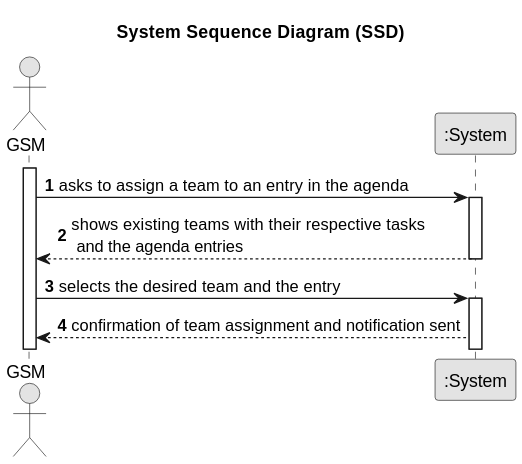
Departamento-de-Engenharia-Informatica/lei-24-s2-1do-g164 keeps this PlantUML diagram as docs/sprintC/us023/01.requirements-engineering/svg/us023-system-sequence-diagram.svg. Above is the earlier version.
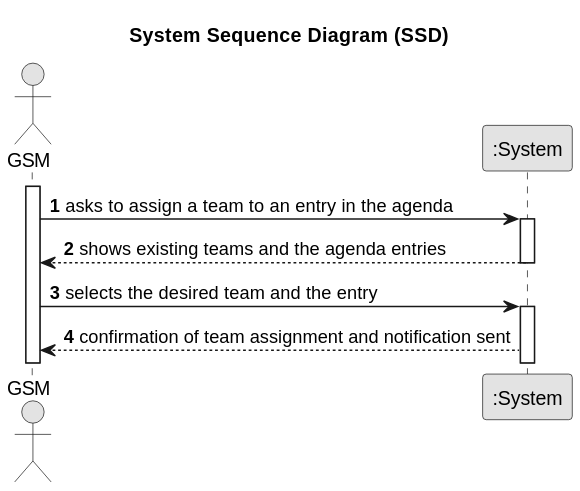
The same diagram one commit later.

Change to the diagram source:
```diff
@@ -15,7 +15,7 @@
     GSM -> System : asks to assign a team to an entry in the agenda
     activate System
 
-    System --> GSM : shows existing teams with their respective tasks\n and the agenda entries
+    System --> GSM : shows existing teams and the agenda entries
     deactivate System
 
     GSM -> System : selects the desired team and the entry
```
